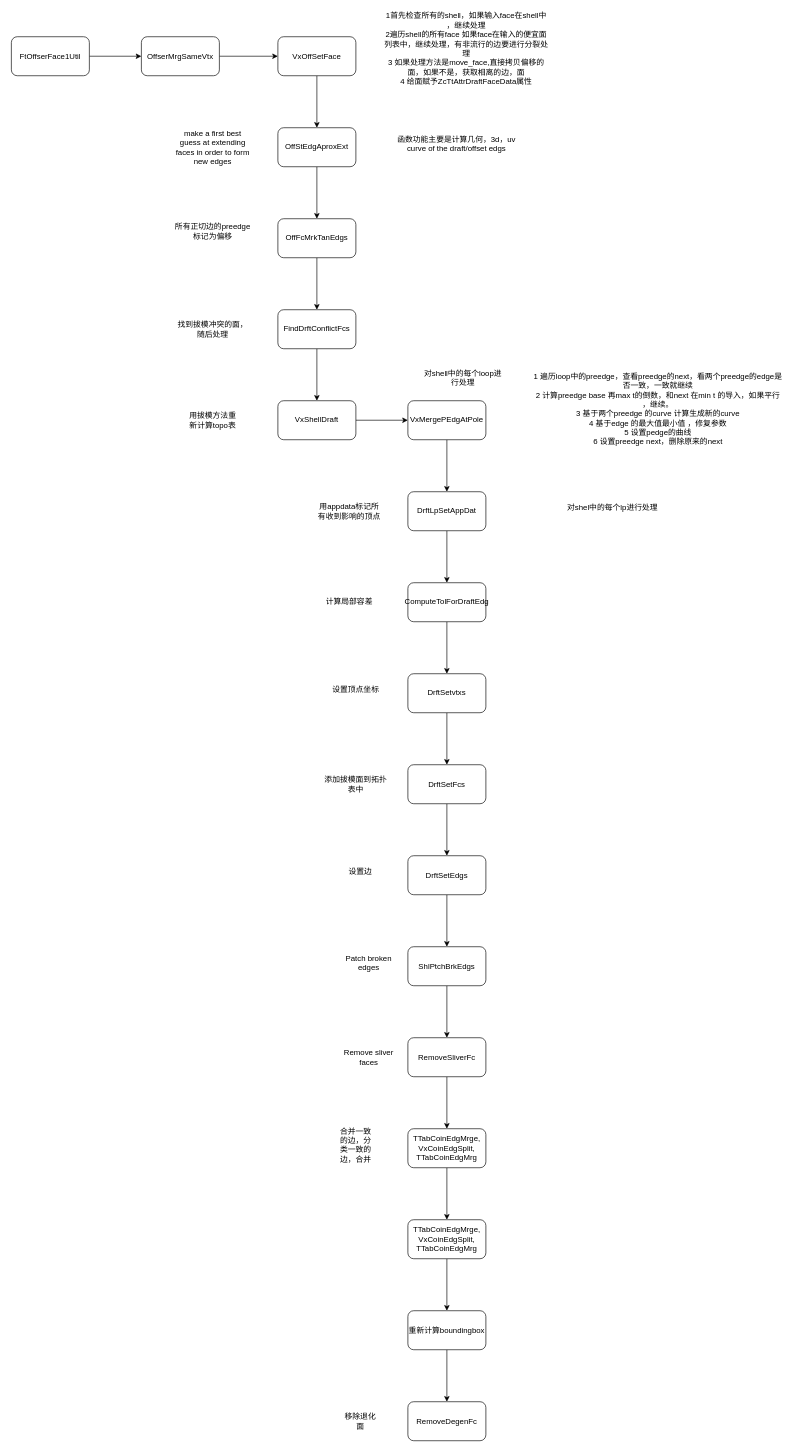
The draw.io diagram 绘图记录/面偏移.drawio in studyrohan/BSpline_learn, before the edit. Source tidied: cells renumbered, new cells numbered last; positions are measured from the earlier drawing's top-left corner, leaving out a move shared by most shapes. Both pictures are drawn from the tidied source at 65%, with x=0, y=0 at pixel (11, 36).
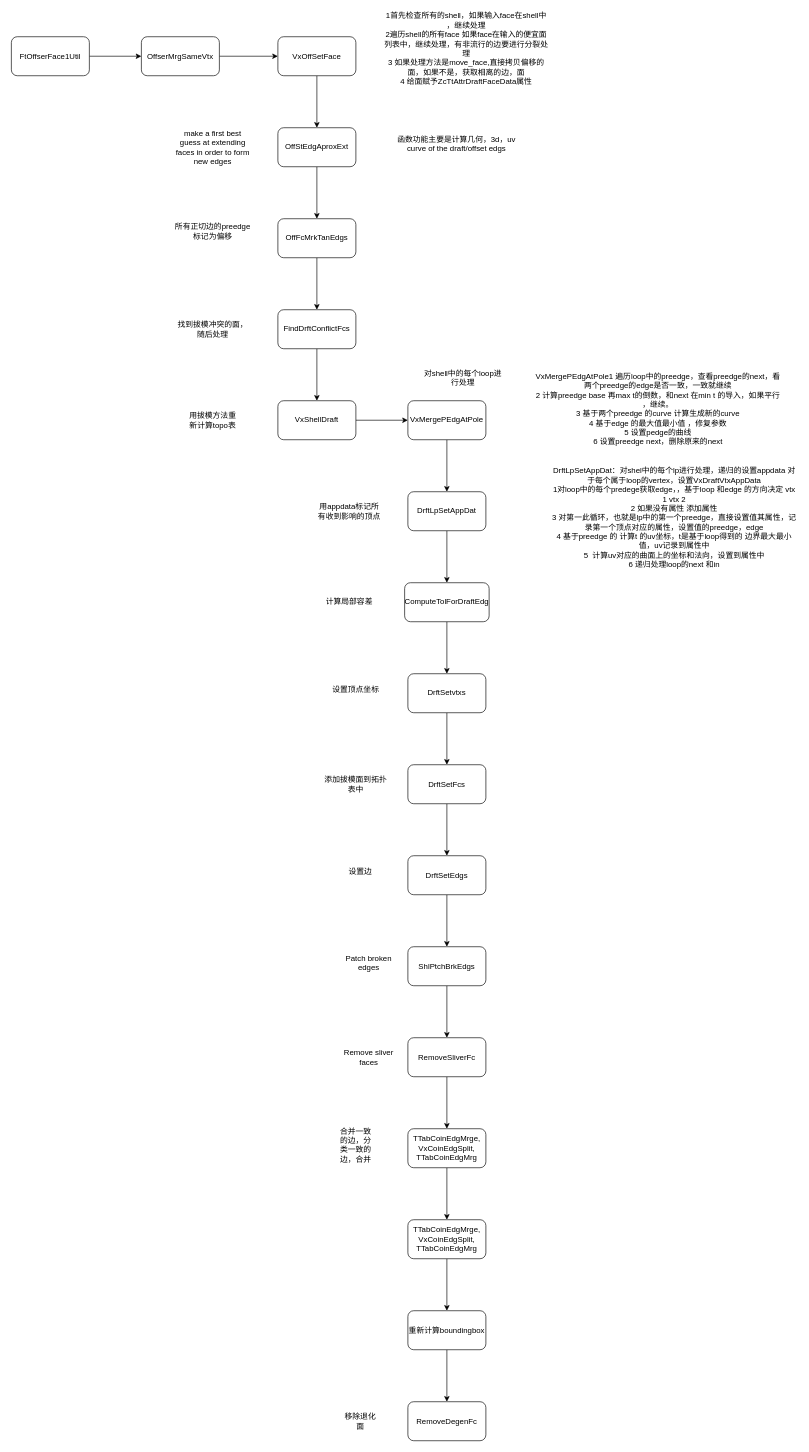
The same page after the edit.

Commit message:
更新面偏移.drawio

Diff of the diagram source:
```diff
@@
     <mxCell id="29" value="ComputeTolForDraftEdg" style="rounded=1;whiteSpace=wrap;html=1;" parent="1" vertex="1">
-      <mxGeometry x="610" y="840" width="120" height="60" as="geometry" />
+      <mxGeometry x="605" y="840" width="130" height="60" as="geometry" />
     </mxCell>
@@
-    <mxCell id="55" value="1 遍历loop中的preedge，查看preedge的next，看两个preedge的edge是否一致，一致就继续&lt;div&gt;2 计算preedge base 再max t的倒数，和next 在min t 的导入，如果平行 ，继续。&lt;/div&gt;&lt;div&gt;3 基于两个preedge 的curve 计算生成新的curve&lt;/div&gt;&lt;div&gt;4 基于edge 的最大值最小值 ，修复参数&lt;/div&gt;&lt;div&gt;5 设置pedge的曲线&lt;/div&gt;&lt;div&gt;6 设置preedge next，删除原来的next&lt;br&gt;&lt;div&gt;&lt;br&gt;&lt;/div&gt;&lt;/div&gt;" style="text;html=1;align=center;verticalAlign=middle;whiteSpace=wrap;rounded=0;" parent="1" vertex="1">
+    <mxCell id="55" value="VxMergePEdgAtPole1 遍历loop中的preedge，查看preedge的next，看两个preedge的edge是否一致，一致就继续&lt;div&gt;2 计算preedge base 再max t的倒数，和next 在min t 的导入，如果平行 ，继续。&lt;/div&gt;&lt;div&gt;3 基于两个preedge 的curve 计算生成新的curve&lt;/div&gt;&lt;div&gt;4 基于edge 的最大值最小值 ，修复参数&lt;/div&gt;&lt;div&gt;5 设置pedge的曲线&lt;/div&gt;&lt;div&gt;6 设置preedge next，删除原来的next&lt;br&gt;&lt;div&gt;&lt;br&gt;&lt;/div&gt;&lt;/div&gt;" style="text;html=1;align=center;verticalAlign=middle;whiteSpace=wrap;rounded=0;" parent="1" vertex="1">
       <mxGeometry x="800" y="520" width="390" height="120" as="geometry" />
     </mxCell>
-    <mxCell id="56" value="对shel中的每个lp进行处理" style="text;html=1;align=center;verticalAlign=middle;whiteSpace=wrap;rounded=0;" parent="1" vertex="1">
-      <mxGeometry x="830" y="710" width="190" height="30" as="geometry" />
+    <mxCell id="56" value="DrftLpSetAppDat：对shel中的每个lp进行处理，递归的设置appdata 对于每个属于loop的vertex，设置VxDraftVtxAppData&lt;div&gt;1对loop中的每个predege获取edge，，基于loop 和edge 的方向决定 vtx 1 vtx 2&lt;/div&gt;&lt;div&gt;2 如果没有属性 添加属性&lt;/div&gt;&lt;div&gt;3 对第一此循环，也就是lp中的第一个preedge，直接设置值其属性，记录第一个顶点对应的属性，设置值的preedge，edge&lt;/div&gt;&lt;div&gt;4 基于preedge 的 计算t 的uv坐标，t是基于loop得到的 边界最大最小值，uv记录到属性中&lt;/div&gt;&lt;div&gt;5&amp;nbsp; 计算uv对应的曲面上的坐标和法向，设置到属性中&lt;/div&gt;&lt;div&gt;6 递归处理loop的next 和in&lt;/div&gt;" style="text;html=1;align=center;verticalAlign=middle;whiteSpace=wrap;rounded=0;" parent="1" vertex="1">
+      <mxGeometry x="830" y="680" width="380" height="120" as="geometry" />
     </mxCell>
```
